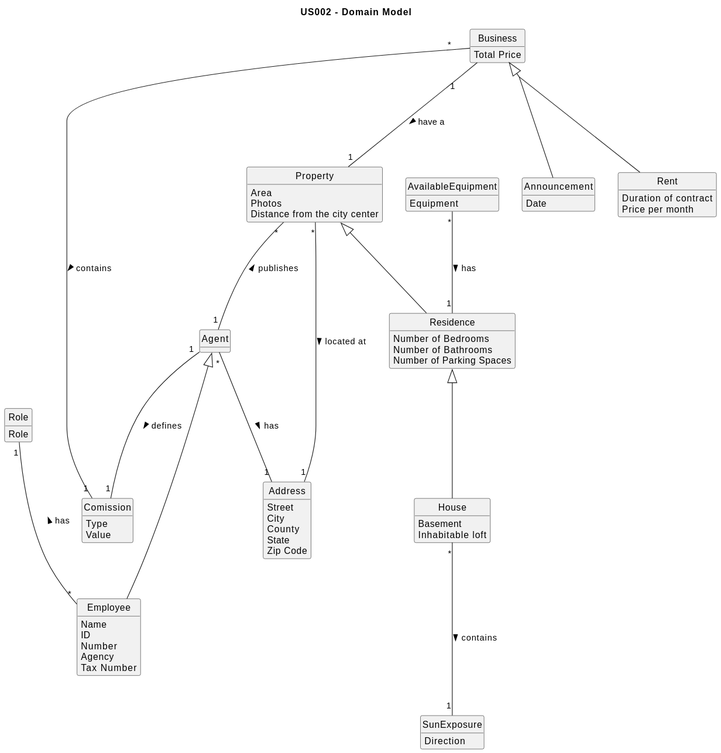
Before: docs/sprintB/US02/02.analysis/svg/us02-domain-model.svg, a diagram exported from PlantUML (PureNimble/ISEP-LAPR2). Source of this version:
```plantuml
@startuml
skinparam groupInheritance 2
skinparam monochrome true
skinparam packageStyle rectangle
skinparam shadowing false
skinparam classAttributeIconSize 0
hide circle
hide methods

title US002 - Domain Model

class Property

class Comission

class Announcement

class Business

class House

class Role

class Residence

class Address

class AvailableEquipment

class Agent

class SunExposure

class Employee


class Agent {
}

class Residence{
Number of Bedrooms
Number of Bathrooms
Number of Parking Spaces
 }


class Property {
Area
Photos
Distance from the city center
}


class House {
Basement
Inhabitable loft
}


class SunExposure {
Direction
}

class Address {
Street
City
County
State
Zip Code
}

class Employee {
Name
ID
Number
Agency
Tax Number
}

class Comission {
Type
Value
}

class AvailableEquipment {
Equipment
}

class Business {
Total Price
}

class Announcement {
Date
}

class Role {
Role
}

class Rent {
Duration of contract
Price per month
}

Residence <|--- House
Property <|--- Residence
Business <|--- Rent

Business "*" --- "1" Comission : contains >
Business "1" --- "1" Property : have a >

Business  <|---  Announcement

Property "*" --- "1" Agent: publishes <
Property "*" --- "1" Address : located at >

House "*" --- "1" SunExposure : contains >

AvailableEquipment "*" --- "1" Residence: has >

Role "1" --- "*" Employee : has <

Agent "*" --- "1" Address : has >
Agent <|---- Employee
Agent "1" --- "1" Comission : defines >
@enduml
```
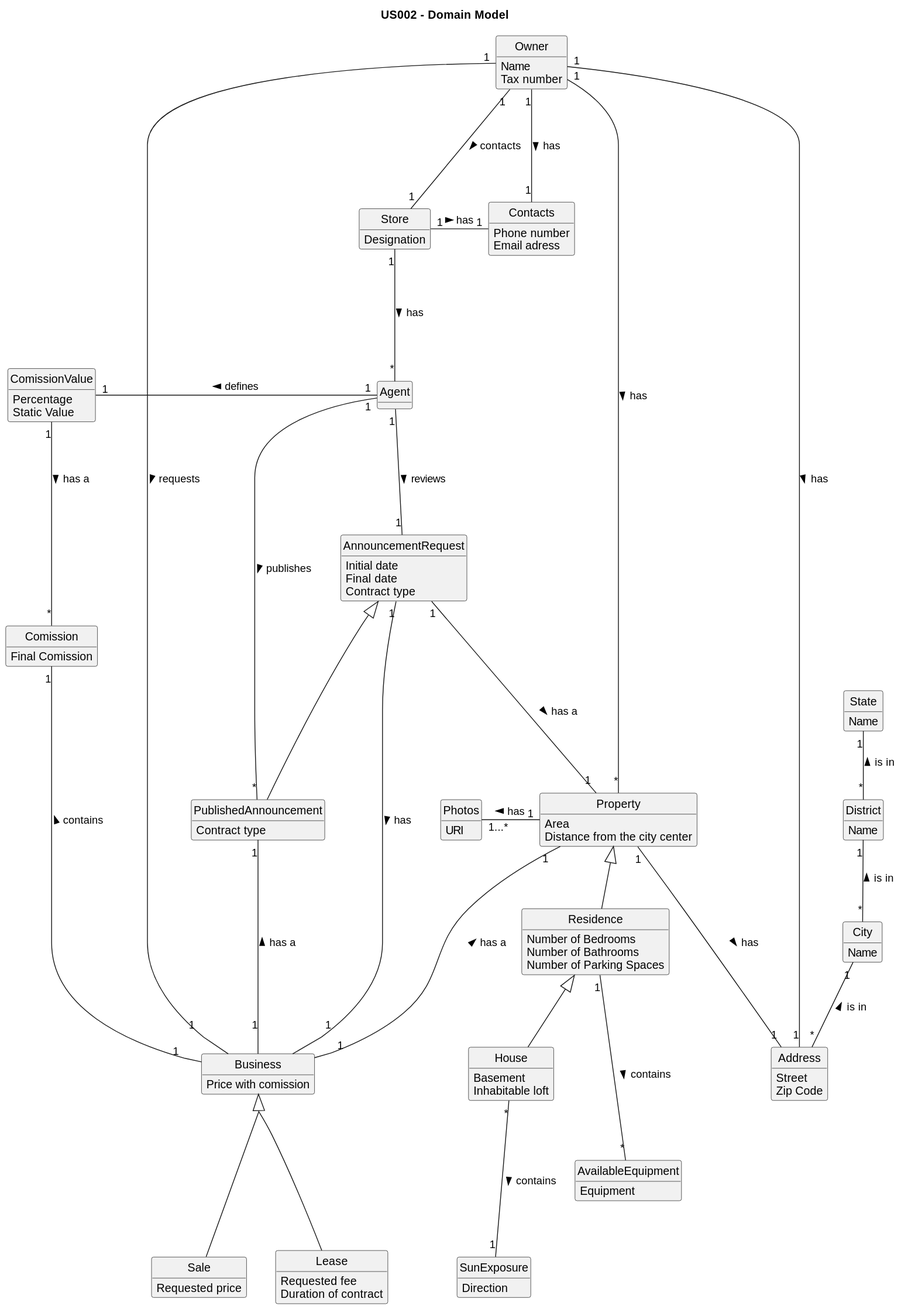
Above is the later version.

What changed in the source:
```diff
@@ -9,119 +9,131 @@
 
 title US002 - Domain Model
 
-class Property
+class Address{
+Street
+Zip Code
+}
 
-class Comission
+class City{
+Name
+}
 
-class Announcement
+class District{
+Name
+}
 
-class Business
-
-class House
-
-class Role
-
-class Residence
-
-class Address
-
-class AvailableEquipment
-
-class Agent
-
-class SunExposure
-
-class Employee
+class State{
+Name
+}
 
 
-class Agent {
+State "1"-- "*" District: is in <
+District "1"-- "*" City: is in <
+City "1"-- "*" Address: is in <
+
+
+class Contacts {
+Phone number
+Email adress
 }
 
-class Residence{
+class Business {
+Price with comission
+}
+
+class Store {
+Designation
+}
+
+class Owner {
+Name
+Tax number
+}
+
+Owner "1" -down-- "1" Contacts: has >
+Store "1" -right-- "1" Contacts: has >
+Address "1" -left-- "1" Owner: has <
+Owner "1" -down-- "1" Store: contacts >
+Agent "*" -up-- "1" Store: has <
+
+
+class Residence {
 Number of Bedrooms
 Number of Bathrooms
 Number of Parking Spaces
  }
 
-
 class Property {
 Area
-Photos
 Distance from the city center
 }
 
+class Photos{
+URI
+}
 
 class House {
 Basement
 Inhabitable loft
 }
 
-
 class SunExposure {
 Direction
-}
-
-class Address {
-Street
-City
-County
-State
-Zip Code
-}
-
-class Employee {
-Name
-ID
-Number
-Agency
-Tax Number
-}
-
-class Comission {
-Type
-Value
 }
 
 class AvailableEquipment {
 Equipment
 }
 
-class Business {
-Total Price
+Residence <|-down- House
+Property <|-down- Residence
+Property "1" -left-- "1...*" Photos: has >
+SunExposure "1" -up-- "*" House: contains <
+Address "1" -up-- "1" Property: has <
+Owner "1" -down-- "*" Property: has >
+AvailableEquipment "*" -up-- "1" Residence: contains <
+
+
+
+class Comission{
+Final Comission
 }
 
-class Announcement {
-Date
+class ComissionValue {
+Percentage
+Static Value
 }
 
-class Role {
-Role
+class Sale{
+Requested price
 }
 
-class Rent {
+class Lease {
+Requested fee
 Duration of contract
-Price per month
 }
 
-Residence <|--- House
-Property <|--- Residence
-Business <|--- Rent
+class AnnouncementRequest{
+Initial date
+Final date
+Contract type
+}
 
-Business "*" --- "1" Comission : contains >
-Business "1" --- "1" Property : have a >
+class PublishedAnnouncement {
+Contract type
+}
 
-Business  <|---  Announcement
-
-Property "*" --- "1" Agent: publishes <
-Property "*" --- "1" Address : located at >
-
-House "*" --- "1" SunExposure : contains >
-
-AvailableEquipment "*" --- "1" Residence: has >
-
-Role "1" --- "*" Employee : has <
-
-Agent "*" --- "1" Address : has >
-Agent <|---- Employee
-Agent "1" --- "1" Comission : defines >
+ComissionValue "1" -right-- "1" Agent: defines <
+Comission "1" --- "1" Business: contains <
+ComissionValue "1" --- "*" Comission : has a >
+Owner "1" --- "1" Business: requests >
+Property "1" --- "1" Business: has a <
+AnnouncementRequest "1" --- "1" Business: has >
+Agent "1" --- "1" AnnouncementRequest : reviews >
+AnnouncementRequest "1" --- "1" Property: has a >
+AnnouncementRequest  <|---  PublishedAnnouncement
+PublishedAnnouncement "*" --- "1" Agent: publishes <
+PublishedAnnouncement "1" --- "1" Business: has a <
+Business <|--- Lease
+Business <|--- Sale
 @enduml
```
